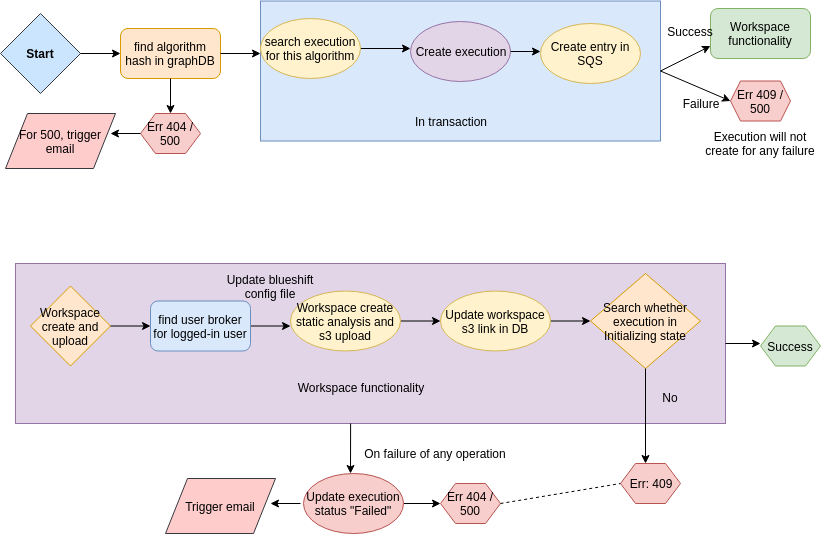
This is start_from_UI.png from prodipta/blueshift-resouce, a draw.io export, as it was before one commit. Source tidied: cells renumbered, new cells last; positions are measured from the earlier drawing's top-left corner, leaving out a move shared by most shapes.
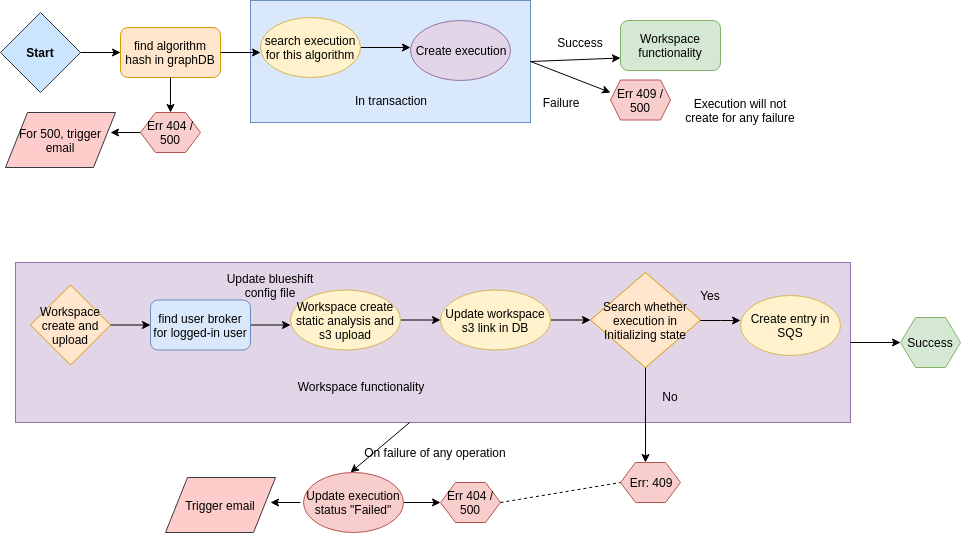
Above is the later version.

The edit, as a diff of the source:
```diff
@@ -3,10 +3,10 @@
     <mxCell id="0" />
     <mxCell id="1" parent="0" />
     <mxCell id="2" style="rounded=0;whiteSpace=wrap;html=1;fillColor=#e1d5e7;strokeColor=#9673a6;" parent="1" vertex="1">
-      <mxGeometry x="15" y="262" width="710" height="160" as="geometry" />
+      <mxGeometry x="15" y="262" width="835" height="160" as="geometry" />
     </mxCell>
     <mxCell id="3" style="rounded=0;whiteSpace=wrap;html=1;fillColor=#dae8fc;strokeColor=#6c8ebf;" parent="1" vertex="1">
-      <mxGeometry x="260" y="-0.5" width="400" height="140" as="geometry" />
+      <mxGeometry x="250" width="280" height="122" as="geometry" />
     </mxCell>
     <mxCell id="4" value="&lt;b&gt;Start&lt;/b&gt;" style="rhombus;whiteSpace=wrap;html=1;fillColor=#cce5ff;strokeColor=#36393d;" parent="1" vertex="1">
       <mxGeometry y="12" width="80" height="80" as="geometry" />
@@ -65,6 +65,11 @@
     <mxCell id="18" value="Update workspace s3 link in DB" style="ellipse;whiteSpace=wrap;html=1;fillColor=#fff2cc;strokeColor=#d6b656;" parent="1" vertex="1">
       <mxGeometry x="440" y="289.5" width="110" height="60" as="geometry" />
     </mxCell>
+    <mxCell id="49" style="edgeStyle=orthogonalEdgeStyle;rounded=0;jettySize=auto;html=1;" parent="1" edge="1" source="19">
+      <mxGeometry relative="1" as="geometry">
+        <mxPoint x="740" y="320" as="targetPoint" />
+      </mxGeometry>
+    </mxCell>
     <mxCell id="19" value="Search whether execution in Initializing state" style="rhombus;whiteSpace=wrap;html=1;fillColor=#ffe6cc;strokeColor=#d79b00;" parent="1" vertex="1">
       <mxGeometry x="590" y="272" width="110" height="95" as="geometry" />
     </mxCell>
@@ -80,10 +85,10 @@
       <mxGeometry x="140" y="112" width="60" height="40" as="geometry" />
     </mxCell>
     <mxCell id="23" value="In transaction" style="text;html=1;strokeColor=none;fillColor=none;align=center;verticalAlign=middle;whiteSpace=wrap;rounded=0;" parent="1" vertex="1">
-      <mxGeometry x="390" y="109.5" width="120" height="20" as="geometry" />
+      <mxGeometry x="330" y="89.5" width="120" height="20" as="geometry" />
     </mxCell>
     <mxCell id="24" value="Workspace functionality" style="rounded=1;whiteSpace=wrap;html=1;fillColor=#d5e8d4;strokeColor=#82b366;" parent="1" vertex="1">
-      <mxGeometry x="710" y="7" width="100" height="50" as="geometry" />
+      <mxGeometry x="620" y="20" width="100" height="50" as="geometry" />
     </mxCell>
     <mxCell id="25" style="endArrow=classic;html=1;exitX=0;exitY=0.5;exitDx=0;exitDy=0;" parent="1" edge="1" source="22">
       <mxGeometry relative="1" as="geometry">
@@ -94,10 +99,10 @@
       <mxGeometry x="5" y="112" width="110" height="55" as="geometry" />
     </mxCell>
     <mxCell id="27" value="Execution will not create for any failure" style="text;html=1;strokeColor=none;fillColor=none;align=center;verticalAlign=middle;whiteSpace=wrap;rounded=0;" parent="1" vertex="1">
-      <mxGeometry x="700" y="132" width="120" height="20" as="geometry" />
+      <mxGeometry x="680" y="99.5" width="120" height="20" as="geometry" />
     </mxCell>
     <mxCell id="28" value="Err 409 / 500" style="shape=hexagon;perimeter=hexagonPerimeter2;whiteSpace=wrap;html=1;fillColor=#f8cecc;strokeColor=#b85450;size=0.16666666666666666;" parent="1" vertex="1">
-      <mxGeometry x="730" y="79.5" width="60" height="40" as="geometry" />
+      <mxGeometry x="610" y="79.5" width="60" height="40" as="geometry" />
     </mxCell>
     <mxCell id="29" style="endArrow=classic;html=1;exitX=0.5;exitY=1;exitDx=0;exitDy=0;" parent="1" edge="1" source="19">
       <mxGeometry relative="1" as="geometry">
@@ -131,11 +136,11 @@
     </mxCell>
     <mxCell id="37" style="endArrow=classic;html=1;exitX=1;exitY=0.5;exitDx=0;exitDy=0;" parent="1" edge="1" source="2">
       <mxGeometry relative="1" as="geometry">
-        <mxPoint x="760" y="342" as="targetPoint" />
+        <mxPoint x="900" y="342" as="targetPoint" />
       </mxGeometry>
     </mxCell>
     <mxCell id="38" value="Success" style="shape=hexagon;perimeter=hexagonPerimeter2;whiteSpace=wrap;html=1;fillColor=#d5e8d4;strokeColor=#82b366;" parent="1" vertex="1">
-      <mxGeometry x="760" y="324.5" width="60" height="40" as="geometry" />
+      <mxGeometry x="900" y="317" width="60" height="50" as="geometry" />
     </mxCell>
     <mxCell id="39" value="Update blueshift config file" style="text;html=1;strokeColor=none;fillColor=none;align=center;verticalAlign=middle;whiteSpace=wrap;rounded=0;" parent="1" vertex="1">
       <mxGeometry x="220" y="275" width="100" height="20" as="geometry" />
@@ -152,25 +157,25 @@
     <mxCell id="42" value="Trigger email" style="shape=parallelogram;perimeter=parallelogramPerimeter;whiteSpace=wrap;html=1;fillColor=#ffcccc;strokeColor=#36393d;" parent="1" vertex="1">
       <mxGeometry x="165" y="477" width="110" height="55" as="geometry" />
     </mxCell>
-    <mxCell id="43" style="endArrow=classic;html=1;exitX=1;exitY=0.5;exitDx=0;exitDy=0;" parent="1" edge="1" source="10">
-      <mxGeometry relative="1" as="geometry">
-        <mxPoint x="540" y="50" as="targetPoint" />
-      </mxGeometry>
-    </mxCell>
     <mxCell id="44" value="Create entry in SQS" style="ellipse;whiteSpace=wrap;html=1;fillColor=#fff2cc;strokeColor=#d6b656;" parent="1" vertex="1">
-      <mxGeometry x="540" y="22" width="100" height="60" as="geometry" />
+      <mxGeometry x="740" y="295" width="100" height="60" as="geometry" />
     </mxCell>
     <mxCell id="45" style="endArrow=classic;html=1;exitX=1;exitY=0.5;exitDx=0;exitDy=0;entryX=0;entryY=0.75;entryDx=0;entryDy=0;" parent="1" edge="1" source="3" target="24">
       <mxGeometry relative="1" as="geometry" />
     </mxCell>
-    <mxCell id="46" style="endArrow=classic;html=1;exitX=1;exitY=0.5;exitDx=0;exitDy=0;entryX=0;entryY=0.5;entryDx=0;entryDy=0;" parent="1" edge="1" source="3" target="28">
-      <mxGeometry relative="1" as="geometry" />
+    <mxCell id="46" style="endArrow=classic;html=1;exitX=1;exitY=0.5;exitDx=0;exitDy=0;" parent="1" edge="1" source="3">
+      <mxGeometry relative="1" as="geometry">
+        <mxPoint x="610" y="92" as="targetPoint" />
+      </mxGeometry>
     </mxCell>
     <mxCell id="47" value="Success" style="text;html=1;strokeColor=none;fillColor=none;align=center;verticalAlign=middle;whiteSpace=wrap;rounded=0;" parent="1" vertex="1">
-      <mxGeometry x="670" y="20" width="40" height="20" as="geometry" />
+      <mxGeometry x="560" y="32" width="40" height="20" as="geometry" />
     </mxCell>
     <mxCell id="48" value="Failure" style="text;html=1;strokeColor=none;fillColor=none;align=center;verticalAlign=middle;whiteSpace=wrap;rounded=0;" parent="1" vertex="1">
-      <mxGeometry x="680" y="92" width="40" height="20" as="geometry" />
+      <mxGeometry x="540" y="92" width="40" height="20" as="geometry" />
     </mxCell>
+    <mxCell id="50" value="Yes" style="text;html=1;strokeColor=none;fillColor=none;align=center;verticalAlign=middle;whiteSpace=wrap;rounded=0;" parent="1" vertex="1">
+      <mxGeometry x="690" y="285" width="40" height="20" as="geometry" />
+    </mxCell>
   </root>
 </mxGraphModel>
```
